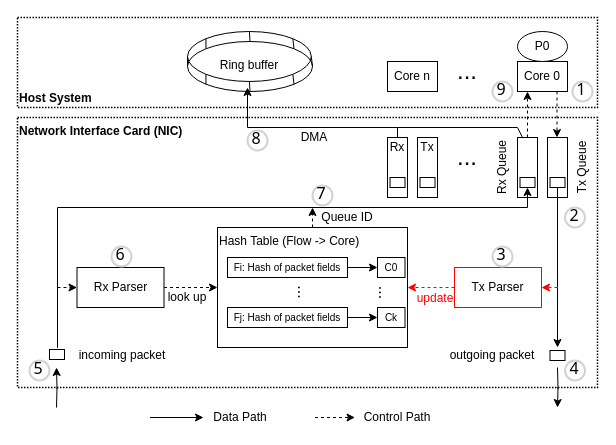
Above: new_FD.drawio in LuyaoZhong/Figures (draw.io), before the change. Source tidied: cells renumbered, new cells numbered last; positions are measured from the earlier drawing's top-left corner, leaving out a move shared by most shapes. Both pictures are drawn from the tidied source at 100%, with x=0, y=0 at pixel (17, 17).
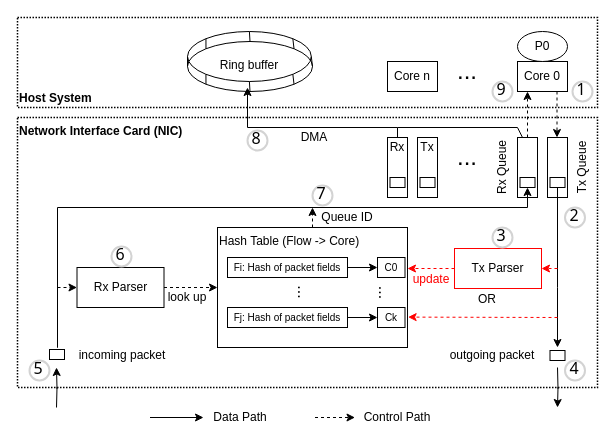
The same diagram, later.

The change refers to these unchanged cells:
```xml
<mxCell id="17" value="Hash Table (Flow -&amp;gt; Core)" style="rounded=0;whiteSpace=wrap;html=1;align=left;verticalAlign=top;fontStyle=0;" parent="1" vertex="1">
  <mxGeometry x="200" y="210" width="190" height="120" as="geometry" />
</mxCell>
```

The edit, as a diff of the source:
```diff
@@
     <mxCell id="20" style="edgeStyle=none;rounded=0;jettySize=auto;html=1;entryX=1;entryY=0.5;entryDx=0;entryDy=0;dashed=1;strokeColor=#FF0000;" parent="1" edge="1" target="22">
       <mxGeometry relative="1" as="geometry">
-        <mxPoint x="540" y="270" as="sourcePoint" />
+        <mxPoint x="540" y="251" as="sourcePoint" />
       </mxGeometry>
     </mxCell>
-    <mxCell id="21" style="edgeStyle=none;rounded=0;jettySize=auto;html=1;exitX=0;exitY=0.5;exitDx=0;exitDy=0;entryX=1;entryY=0.5;entryDx=0;entryDy=0;dashed=1;strokeColor=#FF0000;" parent="1" edge="1" source="22" target="17">
-      <mxGeometry relative="1" as="geometry" />
+    <mxCell id="21" style="edgeStyle=none;rounded=0;jettySize=auto;html=1;exitX=0;exitY=0.5;exitDx=0;exitDy=0;entryX=1;entryY=0.5;entryDx=0;entryDy=0;dashed=1;strokeColor=#FF0000;" parent="1" edge="1" source="22">
+      <mxGeometry relative="1" as="geometry">
+        <mxPoint x="390" y="251" as="targetPoint" />
+      </mxGeometry>
     </mxCell>
     <mxCell id="22" value="Tx Parser" style="rounded=0;whiteSpace=wrap;html=1;strokeColor=#FF0000;fontStyle=0;perimeterSpacing=0;" parent="1" vertex="1">
-      <mxGeometry x="437" y="250" width="87" height="40" as="geometry" />
+      <mxGeometry x="437" y="231" width="87" height="40" as="geometry" />
     </mxCell>
@@
     <mxCell id="65" value="3" style="ellipse;whiteSpace=wrap;html=1;strokeWidth=2;fontFamily=Tahoma;spacingBottom=4;spacingRight=2;strokeColor=#d3d3d3;fontSize=16;fillColor=none;align=center;verticalAlign=middle;" parent="1" vertex="1">
-      <mxGeometry x="475" y="229" width="20" height="20" as="geometry" />
+      <mxGeometry x="475" y="210" width="20" height="20" as="geometry" />
     </mxCell>
@@
     <mxCell id="72" value="update" style="text;html=1;strokeColor=none;fillColor=none;align=center;verticalAlign=middle;whiteSpace=wrap;rounded=0;fontSize=12;fontColor=#FF0000;" parent="1" vertex="1">
-      <mxGeometry x="387.5" y="271" width="60" height="20" as="geometry" />
+      <mxGeometry x="384" y="252" width="60" height="20" as="geometry" />
     </mxCell>
@@
+    <mxCell id="77" style="edgeStyle=none;rounded=0;orthogonalLoop=1;jettySize=auto;html=1;dashed=1;strokeColor=#FF0000;entryX=1.003;entryY=0.563;entryDx=0;entryDy=0;entryPerimeter=0;" parent="1" edge="1">
+      <mxGeometry relative="1" as="geometry">
+        <mxPoint x="540" y="300" as="sourcePoint" />
+        <mxPoint x="390.6" y="299.6" as="targetPoint" />
+      </mxGeometry>
+    </mxCell>
+    <mxCell id="78" value="&lt;font style=&quot;font-size: 12px&quot;&gt;OR&lt;/font&gt;" style="text;html=1;strokeColor=none;fillColor=none;align=center;verticalAlign=middle;whiteSpace=wrap;rounded=0;fontSize=16;fontColor=#000000;" parent="1" vertex="1">
+      <mxGeometry x="450" y="270" width="40" height="20" as="geometry" />
+    </mxCell>
```
